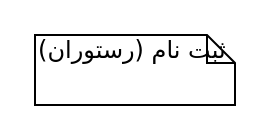
This is Untitled food_order.drawio from khoramian/TahDig_SoftwareEngineering, a draw.io file, before an edit. Source tidied: cells renumbered, new cells numbered last; positions are measured from the earlier drawing's top-left corner, leaving out a move shared by most shapes. Both pictures are drawn from the tidied source at 200%, with x=0, y=0 at pixel (34, 34).
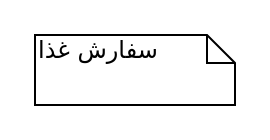
The same page after the edit.

The edit, as a diff of the source:
```diff
@@
 <mxGraphModel background="#ffffff">
   <root>
     <mxCell id="0" />
     <mxCell id="1" parent="0" />
-    <mxCell id="2" value="(ثبت نام (رستوران " style="shape=note;whiteSpace=wrap;html=1;size=14;verticalAlign=top;align=left;spacingTop=-6;rounded=0;shadow=0;comic=0;labelBackgroundColor=none;strokeWidth=1;fontFamily=Verdana;fontSize=12;" parent="1" vertex="1">
+    <mxCell id="2" value="سفارش غذا" style="shape=note;whiteSpace=wrap;html=1;size=14;verticalAlign=top;align=left;spacingTop=-6;rounded=0;shadow=0;comic=0;labelBackgroundColor=none;strokeWidth=1;fontFamily=Verdana;fontSize=12;" parent="1" vertex="1">
       <mxGeometry width="100" height="35" as="geometry" />
     </mxCell>
   </root>
 </mxGraphModel>
```
